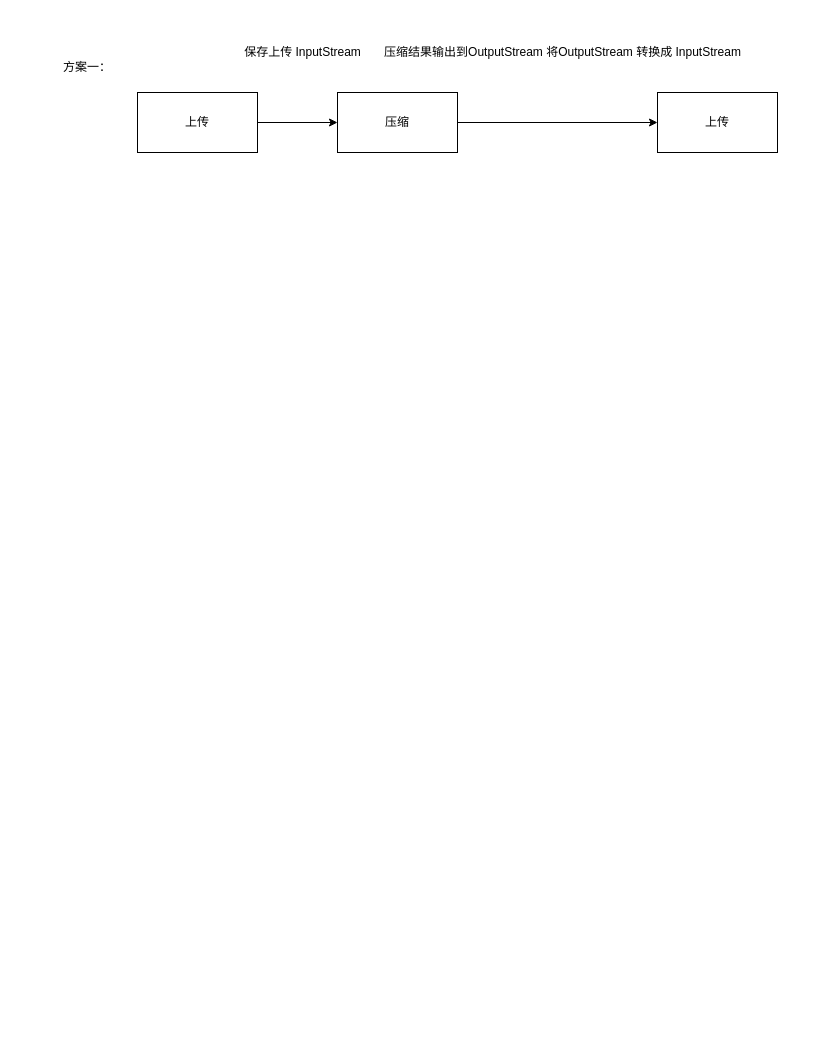
springzb/diagrams keeps this draw.io diagram as uploadimages.drawio. Above is the earlier version. Source tidied: cells renumbered, new cells numbered last; positions are measured from the earlier drawing's top-left corner, leaving out a move shared by most shapes. Both pictures are drawn from the tidied source at 100%, with x=0, y=0 at pixel (17, 42).
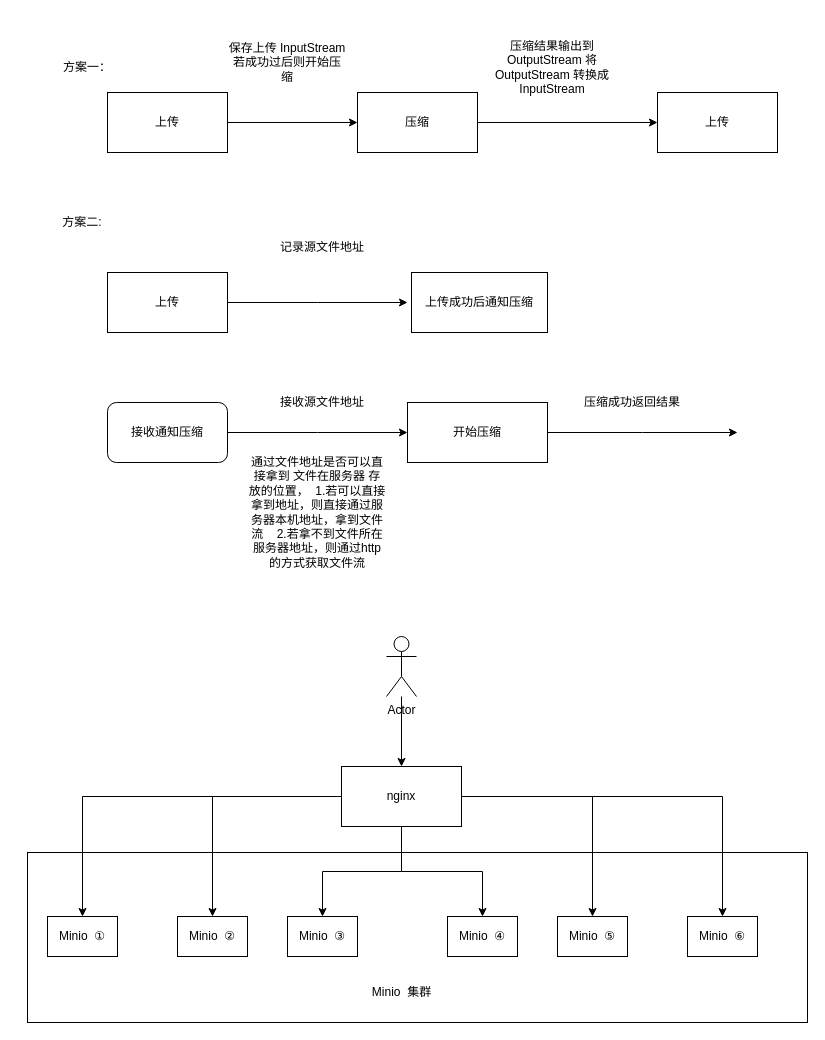
After the change.

Change to the diagram source:
```diff
@@
     <mxCell id="3" value="上传" style="rounded=0;whiteSpace=wrap;html=1;" parent="1" vertex="1">
-      <mxGeometry x="120" y="50" width="120" height="60" as="geometry" />
+      <mxGeometry x="90" y="50" width="120" height="60" as="geometry" />
     </mxCell>
@@
     <mxCell id="5" value="压缩" style="rounded=0;whiteSpace=wrap;html=1;" parent="1" vertex="1">
-      <mxGeometry x="320" y="50" width="120" height="60" as="geometry" />
+      <mxGeometry x="340" y="50" width="120" height="60" as="geometry" />
     </mxCell>
@@
-    <mxCell id="8" value="保存上传 InputStream" style="text;html=1;align=center;verticalAlign=middle;" parent="1" vertex="1">
-      <mxGeometry x="220" width="130" height="20" as="geometry" />
-    </mxCell>
+    <mxCell id="10" value="方案二:" style="text;html=1;strokeColor=none;fillColor=none;align=center;verticalAlign=middle;whiteSpace=wrap;rounded=0;" parent="1" vertex="1">
+      <mxGeometry x="40" y="170" width="50" height="20" as="geometry" />
+    </mxCell>
-    <mxCell id="9" value="压缩结果输出到OutputStream 将OutputStream 转换成 InputStream" style="text;html=1;align=center;verticalAlign=middle;" parent="1" vertex="1">
-      <mxGeometry x="360" width="370" height="20" as="geometry" />
+    <mxCell id="9" value="&lt;span&gt;压缩结果输出到OutputStream 将OutputStream 转换成 InputStream&lt;/span&gt;" style="text;html=1;strokeColor=none;fillColor=none;align=center;verticalAlign=middle;whiteSpace=wrap;rounded=0;" parent="1" vertex="1">
+      <mxGeometry x="460" y="-25" width="150" height="100" as="geometry" />
     </mxCell>
+    <mxCell id="11" value="&lt;span&gt;保存上传 InputStream若成功过后则开始压缩&lt;/span&gt;" style="text;html=1;strokeColor=none;fillColor=none;align=center;verticalAlign=middle;whiteSpace=wrap;rounded=0;" parent="1" vertex="1">
+      <mxGeometry x="210" y="-10" width="120" height="60" as="geometry" />
+    </mxCell>
+    <mxCell id="12" style="edgeStyle=orthogonalEdgeStyle;rounded=0;jettySize=auto;html=1;" parent="1" edge="1" source="13">
+      <mxGeometry relative="1" as="geometry">
+        <mxPoint x="390" y="260" as="targetPoint" />
+      </mxGeometry>
+    </mxCell>
+    <mxCell id="13" value="上传" style="rounded=0;whiteSpace=wrap;html=1;" parent="1" vertex="1">
+      <mxGeometry x="90" y="230" width="120" height="60" as="geometry" />
+    </mxCell>
+    <mxCell id="14" value="记录源文件地址" style="text;html=1;strokeColor=none;fillColor=none;align=center;verticalAlign=middle;whiteSpace=wrap;rounded=0;" parent="1" vertex="1">
+      <mxGeometry x="230" y="170" width="150" height="70" as="geometry" />
+    </mxCell>
+    <mxCell id="15" value="上传成功后通知压缩" style="rounded=0;whiteSpace=wrap;html=1;" parent="1" vertex="1">
+      <mxGeometry x="394" y="230" width="136" height="60" as="geometry" />
+    </mxCell>
+    <mxCell id="16" style="edgeStyle=orthogonalEdgeStyle;rounded=0;jettySize=auto;html=1;" parent="1" edge="1" source="17">
+      <mxGeometry relative="1" as="geometry">
+        <mxPoint x="390" y="390" as="targetPoint" />
+      </mxGeometry>
+    </mxCell>
+    <mxCell id="17" value="接收通知压缩" style="rounded=1;whiteSpace=wrap;html=1;" parent="1" vertex="1">
+      <mxGeometry x="90" y="360" width="120" height="60" as="geometry" />
+    </mxCell>
+    <mxCell id="18" style="edgeStyle=orthogonalEdgeStyle;rounded=0;jettySize=auto;html=1;" parent="1" edge="1" source="19">
+      <mxGeometry relative="1" as="geometry">
+        <mxPoint x="720" y="390" as="targetPoint" />
+      </mxGeometry>
+    </mxCell>
+    <mxCell id="19" value="开始压缩" style="rounded=0;whiteSpace=wrap;html=1;" parent="1" vertex="1">
+      <mxGeometry x="390" y="360" width="140" height="60" as="geometry" />
+    </mxCell>
+    <mxCell id="20" value="接收源文件地址" style="text;html=1;strokeColor=none;fillColor=none;align=center;verticalAlign=middle;whiteSpace=wrap;rounded=0;" parent="1" vertex="1">
+      <mxGeometry x="250" y="340" width="110" height="40" as="geometry" />
+    </mxCell>
+    <mxCell id="21" value="通过文件地址是否可以直接拿到 文件在服务器 存放的位置，&amp;nbsp; 1.若可以直接拿到地址，则直接通过服务器本机地址，拿到文件流&amp;nbsp; &amp;nbsp; 2.若拿不到文件所在服务器地址，则通过http的方式获取文件流" style="text;html=1;strokeColor=none;fillColor=none;align=center;verticalAlign=middle;whiteSpace=wrap;rounded=0;" parent="1" vertex="1">
+      <mxGeometry x="230" y="400" width="140" height="140" as="geometry" />
+    </mxCell>
+    <mxCell id="22" value="压缩成功返回结果" style="text;html=1;strokeColor=none;fillColor=none;align=center;verticalAlign=middle;whiteSpace=wrap;rounded=0;" parent="1" vertex="1">
+      <mxGeometry x="540" y="340" width="150" height="40" as="geometry" />
+    </mxCell>
+    <mxCell id="23" value="Minio&amp;nbsp; ①" style="rounded=0;whiteSpace=wrap;html=1;" parent="1" vertex="1">
+      <mxGeometry x="30" y="874" width="70" height="40" as="geometry" />
+    </mxCell>
+    <mxCell id="24" value="Minio&amp;nbsp; ②" style="rounded=0;whiteSpace=wrap;html=1;" parent="1" vertex="1">
+      <mxGeometry x="160" y="874" width="70" height="40" as="geometry" />
+    </mxCell>
+    <mxCell id="25" value="Minio&amp;nbsp; ③" style="rounded=0;whiteSpace=wrap;html=1;" parent="1" vertex="1">
+      <mxGeometry x="270" y="874" width="70" height="40" as="geometry" />
+    </mxCell>
+    <mxCell id="26" value="Minio&amp;nbsp; ④" style="rounded=0;whiteSpace=wrap;html=1;" parent="1" vertex="1">
+      <mxGeometry x="430" y="874" width="70" height="40" as="geometry" />
+    </mxCell>
+    <mxCell id="27" value="Minio&amp;nbsp; ⑤" style="rounded=0;whiteSpace=wrap;html=1;" parent="1" vertex="1">
+      <mxGeometry x="540" y="874" width="70" height="40" as="geometry" />
+    </mxCell>
+    <mxCell id="28" value="Minio&amp;nbsp; ⑥" style="rounded=0;whiteSpace=wrap;html=1;" parent="1" vertex="1">
+      <mxGeometry x="670" y="874" width="70" height="40" as="geometry" />
+    </mxCell>
+    <mxCell id="29" style="edgeStyle=orthogonalEdgeStyle;rounded=0;jettySize=auto;html=1;" parent="1" edge="1" source="35" target="23">
+      <mxGeometry relative="1" as="geometry" />
+    </mxCell>
+    <mxCell id="30" style="edgeStyle=orthogonalEdgeStyle;rounded=0;jettySize=auto;html=1;entryX=0.5;entryY=0;entryDx=0;entryDy=0;" parent="1" edge="1" source="35" target="28">
+      <mxGeometry relative="1" as="geometry" />
+    </mxCell>
+    <mxCell id="31" style="edgeStyle=orthogonalEdgeStyle;rounded=0;jettySize=auto;html=1;" parent="1" edge="1" source="35" target="27">
+      <mxGeometry relative="1" as="geometry" />
+    </mxCell>
+    <mxCell id="32" style="edgeStyle=orthogonalEdgeStyle;rounded=0;jettySize=auto;html=1;entryX=0.5;entryY=0;entryDx=0;entryDy=0;" parent="1" edge="1" source="35" target="26">
+      <mxGeometry relative="1" as="geometry" />
+    </mxCell>
+    <mxCell id="33" style="edgeStyle=orthogonalEdgeStyle;rounded=0;jettySize=auto;html=1;entryX=0.5;entryY=0;entryDx=0;entryDy=0;" parent="1" edge="1" source="35" target="25">
+      <mxGeometry relative="1" as="geometry" />
+    </mxCell>
+    <mxCell id="34" style="edgeStyle=orthogonalEdgeStyle;rounded=0;jettySize=auto;html=1;entryX=0.5;entryY=0;entryDx=0;entryDy=0;" parent="1" edge="1" source="35" target="24">
+      <mxGeometry relative="1" as="geometry" />
+    </mxCell>
+    <mxCell id="35" value="nginx" style="rounded=0;whiteSpace=wrap;html=1;" parent="1" vertex="1">
+      <mxGeometry x="324" y="724" width="120" height="60" as="geometry" />
+    </mxCell>
+    <mxCell id="36" style="edgeStyle=orthogonalEdgeStyle;rounded=0;jettySize=auto;html=1;" parent="1" edge="1" source="37" target="35">
+      <mxGeometry relative="1" as="geometry" />
+    </mxCell>
+    <mxCell id="37" value="Actor" style="shape=umlActor;verticalLabelPosition=bottom;verticalAlign=top;html=1;outlineConnect=0;" parent="1" vertex="1">
+      <mxGeometry x="369" y="594" width="30" height="60" as="geometry" />
+    </mxCell>
+    <mxCell id="38" style="rounded=0;whiteSpace=wrap;html=1;fillColor=none;" parent="1" vertex="1">
+      <mxGeometry x="10" y="810" width="780" height="170" as="geometry" />
+    </mxCell>
+    <mxCell id="39" value="Minio&amp;nbsp; 集群" style="text;html=1;strokeColor=none;fillColor=none;align=center;verticalAlign=middle;whiteSpace=wrap;rounded=0;" parent="1" vertex="1">
+      <mxGeometry x="313.5" y="940" width="141" height="20" as="geometry" />
+    </mxCell>
```
